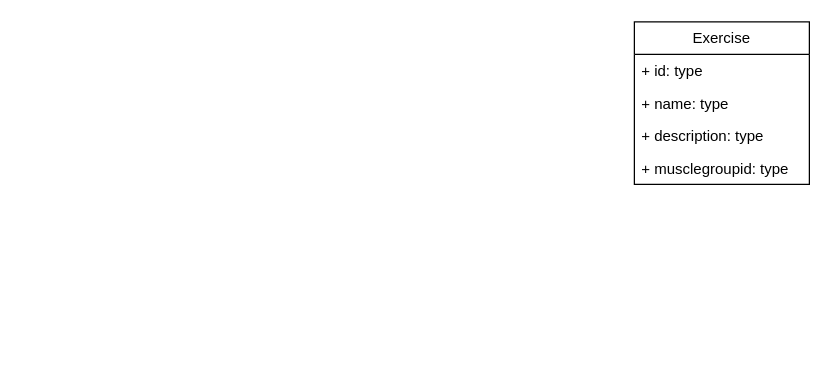
The draw.io diagram Diagram zonder titel.drawio in leonbos1/gainz-workout-app, before the edit. Source tidied: cells renumbered, new cells numbered last; positions are measured from the earlier drawing's top-left corner, leaving out a move shared by most shapes. Both pictures are drawn from the tidied source at 125%, with x=0, y=0 at pixel (634, 21).
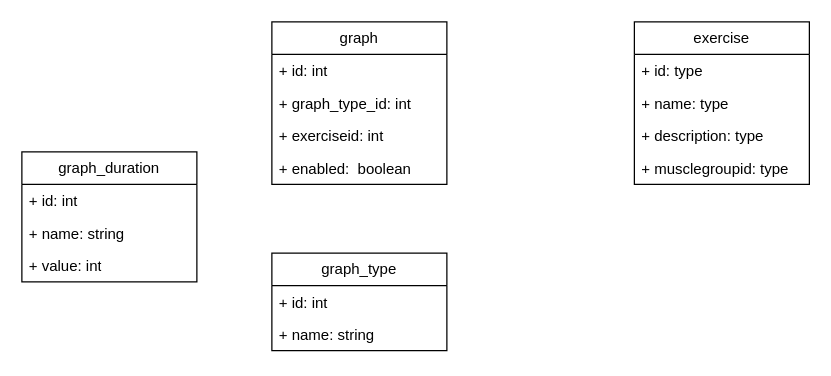
After the change.

Diff of the diagram source:
```diff
@@
 <mxGraphModel>
   <root>
     <mxCell id="0" />
     <mxCell id="1" parent="0" />
-    <mxCell id="2" value="Exercise" style="swimlane;fontStyle=0;horizontal=1;startSize=26;fillColor=none;whiteSpace=wrap;html=1;" parent="1" vertex="1">
+    <mxCell id="2" value="exercise" style="swimlane;fontStyle=0;horizontal=1;startSize=26;fillColor=none;whiteSpace=wrap;html=1;" parent="1" vertex="1">
       <mxGeometry width="140" height="130" as="geometry" />
     </mxCell>
     <mxCell id="3" value="+ id: type" style="text;strokeColor=none;fillColor=none;align=left;verticalAlign=top;spacingLeft=4;spacingRight=4;overflow=hidden;whiteSpace=wrap;html=1;" parent="2" vertex="1">
       <mxGeometry y="26" width="140" height="26" as="geometry" />
     </mxCell>
     <mxCell id="4" value="+ name: type" style="text;strokeColor=none;fillColor=none;align=left;verticalAlign=top;spacingLeft=4;spacingRight=4;overflow=hidden;whiteSpace=wrap;html=1;" parent="2" vertex="1">
       <mxGeometry y="52" width="140" height="26" as="geometry" />
     </mxCell>
     <mxCell id="5" value="+ description: type" style="text;strokeColor=none;fillColor=none;align=left;verticalAlign=top;spacingLeft=4;spacingRight=4;overflow=hidden;whiteSpace=wrap;html=1;" parent="2" vertex="1">
       <mxGeometry y="78" width="140" height="26" as="geometry" />
     </mxCell>
     <mxCell id="6" value="+ musclegroupid: type" style="text;strokeColor=none;fillColor=none;align=left;verticalAlign=top;spacingLeft=4;spacingRight=4;overflow=hidden;whiteSpace=wrap;html=1;" parent="2" vertex="1">
       <mxGeometry y="104" width="140" height="26" as="geometry" />
     </mxCell>
+    <mxCell id="7" value="graph" style="swimlane;fontStyle=0;horizontal=1;startSize=26;fillColor=none;whiteSpace=wrap;html=1;" parent="1" vertex="1">
+      <mxGeometry x="-290" width="140" height="130" as="geometry" />
+    </mxCell>
+    <mxCell id="8" value="+ id: int" style="text;strokeColor=none;fillColor=none;align=left;verticalAlign=top;spacingLeft=4;spacingRight=4;overflow=hidden;whiteSpace=wrap;html=1;" parent="7" vertex="1">
+      <mxGeometry y="26" width="140" height="26" as="geometry" />
+    </mxCell>
+    <mxCell id="9" value="+ graph_type_id: int" style="text;strokeColor=none;fillColor=none;align=left;verticalAlign=top;spacingLeft=4;spacingRight=4;overflow=hidden;whiteSpace=wrap;html=1;" parent="7" vertex="1">
+      <mxGeometry y="52" width="140" height="26" as="geometry" />
+    </mxCell>
+    <mxCell id="10" value="+ exerciseid: int" style="text;strokeColor=none;fillColor=none;align=left;verticalAlign=top;spacingLeft=4;spacingRight=4;overflow=hidden;whiteSpace=wrap;html=1;" parent="7" vertex="1">
+      <mxGeometry y="78" width="140" height="26" as="geometry" />
+    </mxCell>
+    <mxCell id="11" value="+ enabled:&amp;nbsp; boolean" style="text;strokeColor=none;fillColor=none;align=left;verticalAlign=top;spacingLeft=4;spacingRight=4;overflow=hidden;whiteSpace=wrap;html=1;" parent="7" vertex="1">
+      <mxGeometry y="104" width="140" height="26" as="geometry" />
+    </mxCell>
+    <mxCell id="12" value="graph_type" style="swimlane;fontStyle=0;horizontal=1;startSize=26;fillColor=none;whiteSpace=wrap;html=1;" parent="1" vertex="1">
+      <mxGeometry x="-290" y="185" width="140" height="78" as="geometry" />
+    </mxCell>
+    <mxCell id="13" value="+ id: int" style="text;strokeColor=none;fillColor=none;align=left;verticalAlign=top;spacingLeft=4;spacingRight=4;overflow=hidden;whiteSpace=wrap;html=1;" parent="12" vertex="1">
+      <mxGeometry y="26" width="140" height="26" as="geometry" />
+    </mxCell>
+    <mxCell id="14" value="+ name: string" style="text;strokeColor=none;fillColor=none;align=left;verticalAlign=top;spacingLeft=4;spacingRight=4;overflow=hidden;whiteSpace=wrap;html=1;" parent="12" vertex="1">
+      <mxGeometry y="52" width="140" height="26" as="geometry" />
+    </mxCell>
+    <mxCell id="15" value="graph_duration" style="swimlane;fontStyle=0;horizontal=1;startSize=26;fillColor=none;whiteSpace=wrap;html=1;" parent="1" vertex="1">
+      <mxGeometry x="-490" y="104" width="140" height="104" as="geometry" />
+    </mxCell>
+    <mxCell id="16" value="+ id: int" style="text;strokeColor=none;fillColor=none;align=left;verticalAlign=top;spacingLeft=4;spacingRight=4;overflow=hidden;whiteSpace=wrap;html=1;" parent="15" vertex="1">
+      <mxGeometry y="26" width="140" height="26" as="geometry" />
+    </mxCell>
+    <mxCell id="17" value="+ name: string" style="text;strokeColor=none;fillColor=none;align=left;verticalAlign=top;spacingLeft=4;spacingRight=4;overflow=hidden;whiteSpace=wrap;html=1;" parent="15" vertex="1">
+      <mxGeometry y="52" width="140" height="26" as="geometry" />
+    </mxCell>
+    <mxCell id="18" value="+ value: int" style="text;strokeColor=none;fillColor=none;align=left;verticalAlign=top;spacingLeft=4;spacingRight=4;overflow=hidden;whiteSpace=wrap;html=1;" parent="15" vertex="1">
+      <mxGeometry y="78" width="140" height="26" as="geometry" />
+    </mxCell>
   </root>
 </mxGraphModel>
```
